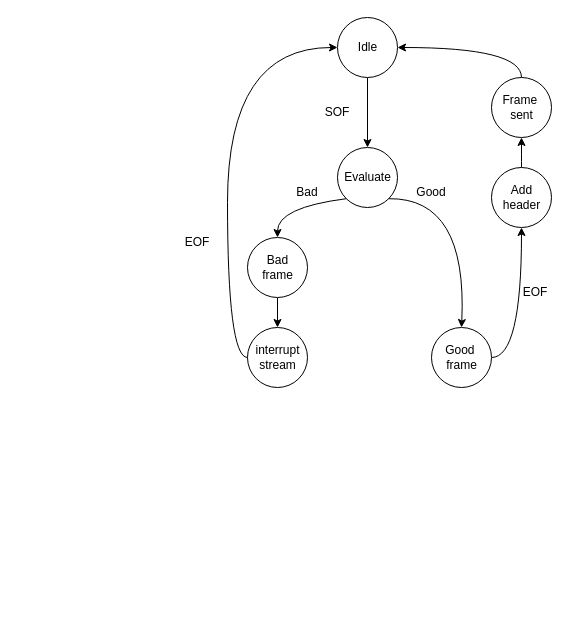
s194050/FShark-Wireshark-in-an-FPGA keeps this draw.io diagram as page "Page-1" (1 of 2) of Figures/Filter.drawio. Above is the earlier version. Source tidied: cells renumbered, new cells numbered last; positions are measured from the earlier drawing's top-left corner, leaving out a move shared by most shapes. Both pictures are drawn from the tidied source at 100%, with x=0, y=0 at pixel (167, 17).
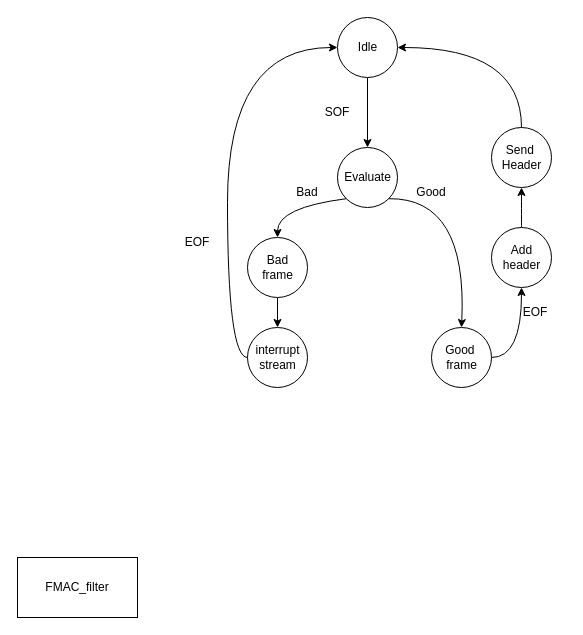
The same page after the edit.

Commit message (it also covers changes not shown here):
Redesign of Filter, fixing Circular buffer logic, FMAC turned to topfile FShark

The change refers to these unchanged cells:
```xml
<mxCell id="3" value="Idle" style="shape=ellipse;html=1;dashed=0;whitespace=wrap;perimeter=ellipsePerimeter;" parent="1" vertex="1">
  <mxGeometry x="170" width="60" height="60" as="geometry" />
</mxCell>
```

What changed in the source:
```diff
@@
     <mxCell id="14" value="EOF" style="text;html=1;strokeColor=none;fillColor=none;align=center;verticalAlign=middle;whiteSpace=wrap;rounded=0;" parent="1" vertex="1">
-      <mxGeometry x="338" y="260" width="60" height="30" as="geometry" />
+      <mxGeometry x="338" y="280" width="60" height="30" as="geometry" />
     </mxCell>
@@
-    <mxCell id="18" style="edgeStyle=orthogonalEdgeStyle;curved=1;rounded=0;jettySize=auto;html=1;exitX=0.5;exitY=0;exitDx=0;exitDy=0;entryX=0.5;entryY=1;entryDx=0;entryDy=0;" parent="1" edge="1" source="19" target="21">
-      <mxGeometry relative="1" as="geometry" />
-    </mxCell>
+    <mxCell id="22" style="edgeStyle=orthogonalEdgeStyle;rounded=0;jettySize=auto;html=1;exitX=0.5;exitY=0;exitDx=0;exitDy=0;entryX=0.5;entryY=1;entryDx=0;entryDy=0;endArrow=classic;endFill=1;curved=1;" parent="1" edge="1" source="19" target="25">
+      <mxGeometry relative="1" as="geometry" />
+    </mxCell>
     <mxCell id="19" value="Add&lt;br&gt;header" style="shape=ellipse;html=1;dashed=0;whitespace=wrap;perimeter=ellipsePerimeter;" parent="1" vertex="1">
-      <mxGeometry x="324" y="150" width="60" height="60" as="geometry" />
+      <mxGeometry x="324" y="210" width="60" height="60" as="geometry" />
     </mxCell>
-    <mxCell id="20" style="edgeStyle=orthogonalEdgeStyle;curved=1;rounded=0;jettySize=auto;html=1;exitX=0.5;exitY=0;exitDx=0;exitDy=0;entryX=1;entryY=0.5;entryDx=0;entryDy=0;" parent="1" edge="1" source="21" target="3">
-      <mxGeometry relative="1" as="geometry" />
-    </mxCell>
-    <mxCell id="21" value="Frame&amp;nbsp;&lt;br&gt;sent" style="shape=ellipse;html=1;dashed=0;whitespace=wrap;perimeter=ellipsePerimeter;" parent="1" vertex="1">
-      <mxGeometry x="324" y="60" width="60" height="60" as="geometry" />
-    </mxCell>
+    <mxCell id="23" value="FMAC_filter" style="rounded=0;whiteSpace=wrap;html=1;" parent="1" vertex="1">
+      <mxGeometry x="-150" y="540" width="120" height="60" as="geometry" />
+    </mxCell>
+    <mxCell id="24" style="edgeStyle=orthogonalEdgeStyle;curved=1;rounded=0;jettySize=auto;html=1;exitX=0.5;exitY=0;exitDx=0;exitDy=0;entryX=1;entryY=0.5;entryDx=0;entryDy=0;endArrow=classic;endFill=1;" parent="1" edge="1" source="25" target="3">
+      <mxGeometry relative="1" as="geometry" />
+    </mxCell>
+    <mxCell id="25" value="Send&amp;nbsp;&lt;br&gt;Header" style="shape=ellipse;html=1;dashed=0;whitespace=wrap;perimeter=ellipsePerimeter;" parent="1" vertex="1">
+      <mxGeometry x="324" y="110" width="60" height="60" as="geometry" />
+    </mxCell>
```
